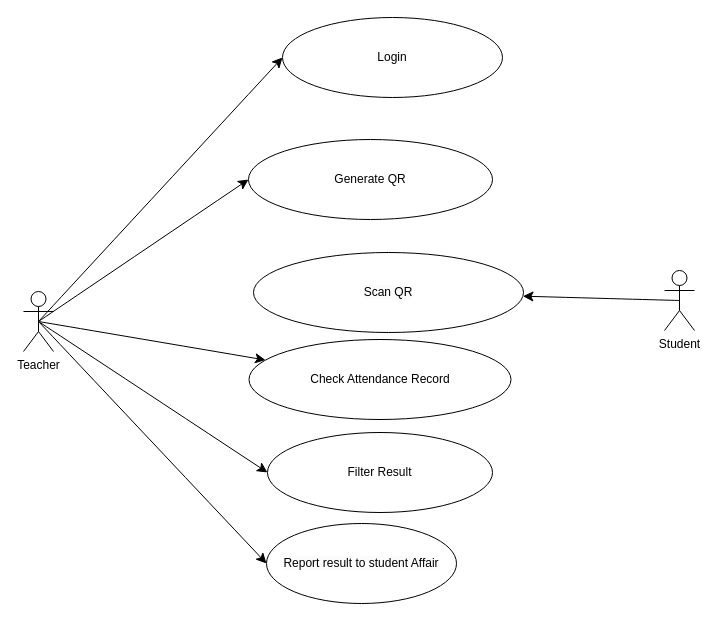
Earlier version of the draw.io diagram useCase.drawio (KhunMaungNgwee/InternShipProject). Source tidied: cells renumbered, new cells numbered last; positions are measured from the earlier drawing's top-left corner, leaving out a move shared by most shapes. Both pictures are drawn from the tidied source at 100%, with x=0, y=0 at pixel (23, 17).
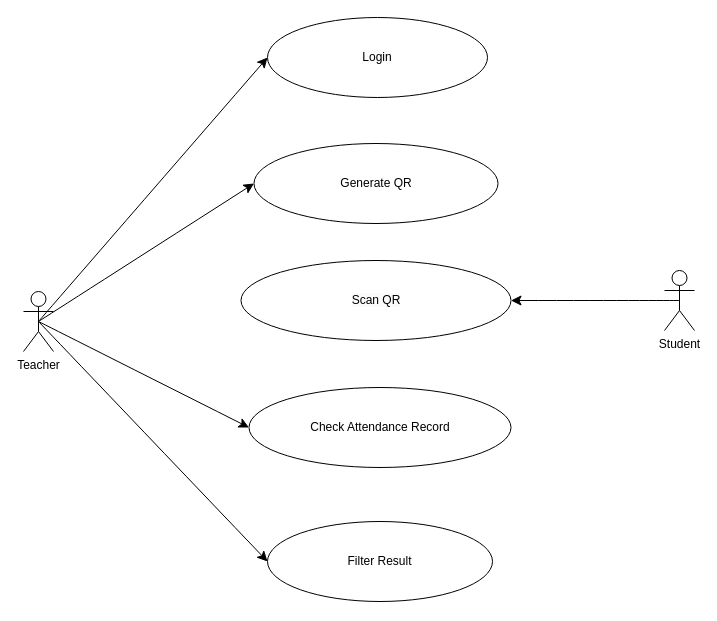
The same diagram, later.

What changed in the source:
```diff
@@
 <mxGraphModel>
   <root>
     <mxCell id="0" />
     <mxCell id="1" parent="0" />
     <mxCell id="2" style="edgeStyle=none;curved=1;rounded=0;jettySize=auto;html=1;exitX=0.5;exitY=0.5;exitDx=0;exitDy=0;exitPerimeter=0;fontSize=12;startSize=8;endSize=8;" parent="1" edge="1" source="3" target="13">
       <mxGeometry relative="1" as="geometry" />
     </mxCell>
     <mxCell id="3" value="Student" style="shape=umlActor;verticalLabelPosition=bottom;verticalAlign=top;html=1;outlineConnect=0;" parent="1" vertex="1">
       <mxGeometry x="641" y="253" width="30" height="60" as="geometry" />
     </mxCell>
     <mxCell id="4" style="edgeStyle=none;curved=1;rounded=0;jettySize=auto;html=1;exitX=0.5;exitY=0.5;exitDx=0;exitDy=0;exitPerimeter=0;fontSize=12;startSize=8;endSize=8;entryX=0;entryY=0.5;entryDx=0;entryDy=0;" parent="1" edge="1" source="7" target="10">
       <mxGeometry relative="1" as="geometry" />
     </mxCell>
-    <mxCell id="5" style="edgeStyle=none;curved=1;rounded=0;jettySize=auto;html=1;exitX=0.5;exitY=0.5;exitDx=0;exitDy=0;exitPerimeter=0;fontSize=12;startSize=8;endSize=8;" parent="1" edge="1" source="7" target="9">
+    <mxCell id="5" style="edgeStyle=none;curved=1;rounded=0;jettySize=auto;html=1;exitX=0.5;exitY=0.5;exitDx=0;exitDy=0;exitPerimeter=0;fontSize=12;startSize=8;endSize=8;entryX=0;entryY=0.5;entryDx=0;entryDy=0;" parent="1" edge="1" source="7" target="9">
       <mxGeometry relative="1" as="geometry" />
     </mxCell>
-    <mxCell id="6" style="edgeStyle=none;curved=1;rounded=0;jettySize=auto;html=1;exitX=0.5;exitY=0.5;exitDx=0;exitDy=0;exitPerimeter=0;fontSize=12;startSize=8;endSize=8;entryX=0;entryY=0.5;entryDx=0;entryDy=0;" parent="1" edge="1" source="7" target="11">
-      <mxGeometry relative="1" as="geometry" />
-    </mxCell>
     <mxCell id="7" value="Teacher" style="shape=umlActor;verticalLabelPosition=bottom;verticalAlign=top;html=1;outlineConnect=0;" parent="1" vertex="1">
       <mxGeometry y="274" width="30" height="60" as="geometry" />
     </mxCell>
     <mxCell id="8" value="Generate QR" style="ellipse;whiteSpace=wrap;html=1;" parent="1" vertex="1">
-      <mxGeometry x="225" y="122" width="244" height="80" as="geometry" />
+      <mxGeometry x="230.5" y="126" width="244" height="80" as="geometry" />
     </mxCell>
     <mxCell id="9" value="Check Attendance Record" style="ellipse;whiteSpace=wrap;html=1;" parent="1" vertex="1">
-      <mxGeometry x="225.5" y="322" width="262" height="80" as="geometry" />
+      <mxGeometry x="225.5" y="370" width="262" height="80" as="geometry" />
     </mxCell>
     <mxCell id="10" value="Filter Result" style="ellipse;whiteSpace=wrap;html=1;" parent="1" vertex="1">
-      <mxGeometry x="244" y="415" width="225" height="80" as="geometry" />
+      <mxGeometry x="244" y="504" width="225" height="80" as="geometry" />
     </mxCell>
-    <mxCell id="11" value="&lt;span style=&quot;background-color: rgb(251, 251, 251);&quot;&gt;Report result to student Affair&lt;/span&gt;" style="ellipse;whiteSpace=wrap;html=1;" parent="1" vertex="1">
-      <mxGeometry x="243" y="506" width="190" height="80" as="geometry" />
-    </mxCell>
     <mxCell id="12" style="edgeStyle=none;curved=1;rounded=0;jettySize=auto;html=1;entryX=0;entryY=0.5;entryDx=0;entryDy=0;fontSize=12;startSize=8;endSize=8;exitX=0.5;exitY=0.5;exitDx=0;exitDy=0;exitPerimeter=0;" parent="1" edge="1" source="7" target="8">
       <mxGeometry relative="1" as="geometry" />
     </mxCell>
     <mxCell id="13" value="&lt;span style=&quot;background-color: rgb(251, 251, 251);&quot;&gt;Scan QR&lt;/span&gt;" style="ellipse;whiteSpace=wrap;html=1;" parent="1" vertex="1">
-      <mxGeometry x="230" y="235" width="270" height="80" as="geometry" />
+      <mxGeometry x="217.5" y="243" width="270" height="80" as="geometry" />
     </mxCell>
     <mxCell id="14" value="&lt;span style=&quot;background-color: rgb(251, 251, 251);&quot;&gt;Login&lt;/span&gt;" style="ellipse;whiteSpace=wrap;html=1;" parent="1" vertex="1">
-      <mxGeometry x="259" width="220" height="80" as="geometry" />
+      <mxGeometry x="244" width="220" height="80" as="geometry" />
     </mxCell>
     <mxCell id="15" style="edgeStyle=none;curved=1;rounded=0;jettySize=auto;html=1;exitX=0.5;exitY=0.5;exitDx=0;exitDy=0;exitPerimeter=0;entryX=0;entryY=0.5;entryDx=0;entryDy=0;fontSize=12;startSize=8;endSize=8;" parent="1" edge="1" source="7" target="14">
       <mxGeometry relative="1" as="geometry" />
     </mxCell>
   </root>
 </mxGraphModel>
```
